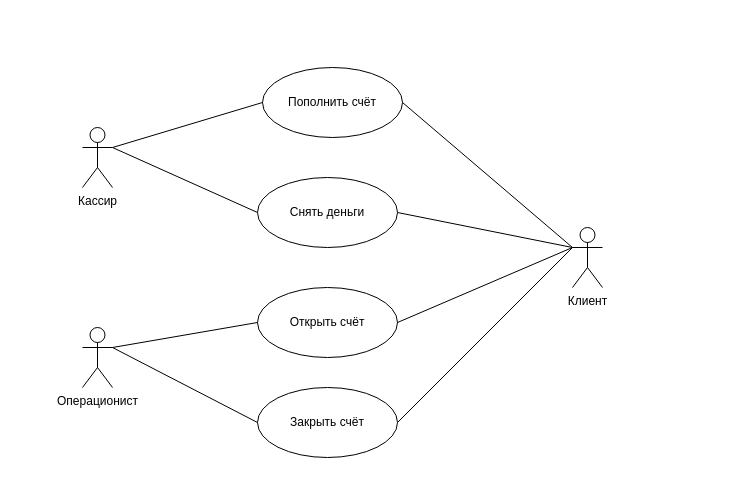
Earlier version of the draw.io diagram AIKMS2.drawio (nn80nn/DataBases). Source tidied: cells renumbered, new cells numbered last; positions are measured from the earlier drawing's top-left corner, leaving out a move shared by most shapes. Both pictures are drawn from the tidied source at 100%, with x=0, y=0 at pixel (82, 67).
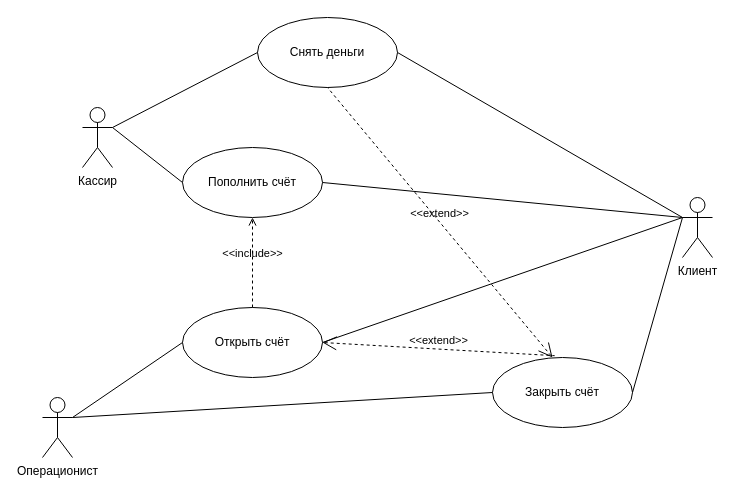
After the change.

What changed in the source:
```diff
@@
     <mxCell id="2" value="Клиент" style="shape=umlActor;html=1;verticalLabelPosition=bottom;verticalAlign=top;align=center;" parent="1" vertex="1">
-      <mxGeometry x="490" y="160" width="30" height="60" as="geometry" />
+      <mxGeometry x="600" y="130" width="30" height="60" as="geometry" />
     </mxCell>
     <mxCell id="3" value="Кассир" style="shape=umlActor;html=1;verticalLabelPosition=bottom;verticalAlign=top;align=center;" parent="1" vertex="1">
-      <mxGeometry y="60" width="30" height="60" as="geometry" />
+      <mxGeometry y="40" width="30" height="60" as="geometry" />
     </mxCell>
     <mxCell id="4" value="Операционист" style="shape=umlActor;html=1;verticalLabelPosition=bottom;verticalAlign=top;align=center;" parent="1" vertex="1">
-      <mxGeometry y="260" width="30" height="60" as="geometry" />
+      <mxGeometry x="-40" y="330" width="30" height="60" as="geometry" />
     </mxCell>
     <mxCell id="5" value="Открыть счёт" style="ellipse;whiteSpace=wrap;html=1;" parent="1" vertex="1">
-      <mxGeometry x="175" y="220" width="140" height="70" as="geometry" />
+      <mxGeometry x="100" y="240" width="140" height="70" as="geometry" />
     </mxCell>
     <mxCell id="6" value="Снять деньги" style="ellipse;whiteSpace=wrap;html=1;" parent="1" vertex="1">
-      <mxGeometry x="175" y="110" width="140" height="70" as="geometry" />
+      <mxGeometry x="175" y="-50" width="140" height="70" as="geometry" />
     </mxCell>
     <mxCell id="7" value="Закрыть счёт" style="ellipse;whiteSpace=wrap;html=1;" parent="1" vertex="1">
-      <mxGeometry x="175" y="320" width="140" height="70" as="geometry" />
+      <mxGeometry x="410" y="290" width="140" height="70" as="geometry" />
     </mxCell>
     <mxCell id="8" value="Пополнить счёт" style="ellipse;whiteSpace=wrap;html=1;" parent="1" vertex="1">
-      <mxGeometry x="180" width="140" height="70" as="geometry" />
+      <mxGeometry x="100" y="80" width="140" height="70" as="geometry" />
     </mxCell>
@@
-    <mxCell id="16" style="edgeStyle=none;html=1;endArrow=none;verticalAlign=bottom;rounded=0;exitX=1;exitY=0.5;exitDx=0;exitDy=0;" parent="1" edge="1" source="7">
-      <mxGeometry relative="1" as="geometry">
-        <mxPoint x="490" y="180" as="targetPoint" />
-      </mxGeometry>
+    <mxCell id="16" style="edgeStyle=none;html=1;endArrow=none;verticalAlign=bottom;rounded=0;exitX=1;exitY=0.5;exitDx=0;exitDy=0;entryX=0;entryY=0.3333333333333333;entryDx=0;entryDy=0;entryPerimeter=0;" parent="1" edge="1" source="7" target="2">
+      <mxGeometry relative="1" as="geometry" />
     </mxCell>
+    <mxCell id="17" value="&amp;lt;&amp;lt;include&amp;gt;&amp;gt;" style="edgeStyle=none;html=1;endArrow=open;verticalAlign=bottom;dashed=1;labelBackgroundColor=none;rounded=0;exitX=0.5;exitY=0;exitDx=0;exitDy=0;entryX=0.5;entryY=1;entryDx=0;entryDy=0;" parent="1" edge="1" source="5" target="8">
+      <mxGeometry relative="1" as="geometry" />
+    </mxCell>
+    <mxCell id="18" value="&amp;lt;&amp;lt;extend&amp;gt;&amp;gt;" style="edgeStyle=none;html=1;startArrow=open;endArrow=none;startSize=12;verticalAlign=bottom;dashed=1;labelBackgroundColor=none;rounded=0;entryX=0.444;entryY=-0.026;entryDx=0;entryDy=0;entryPerimeter=0;exitX=1;exitY=0.5;exitDx=0;exitDy=0;" parent="1" edge="1" source="5" target="7">
+      <mxGeometry relative="1" as="geometry" />
+    </mxCell>
+    <mxCell id="19" value="&amp;lt;&amp;lt;extend&amp;gt;&amp;gt;" style="edgeStyle=none;html=1;startArrow=open;endArrow=none;startSize=12;verticalAlign=bottom;dashed=1;labelBackgroundColor=none;rounded=0;entryX=0.5;entryY=1;entryDx=0;entryDy=0;" parent="1" edge="1" target="6">
+      <mxGeometry relative="1" as="geometry">
+        <mxPoint x="470" y="290" as="sourcePoint" />
+      </mxGeometry>
+    </mxCell>
```
